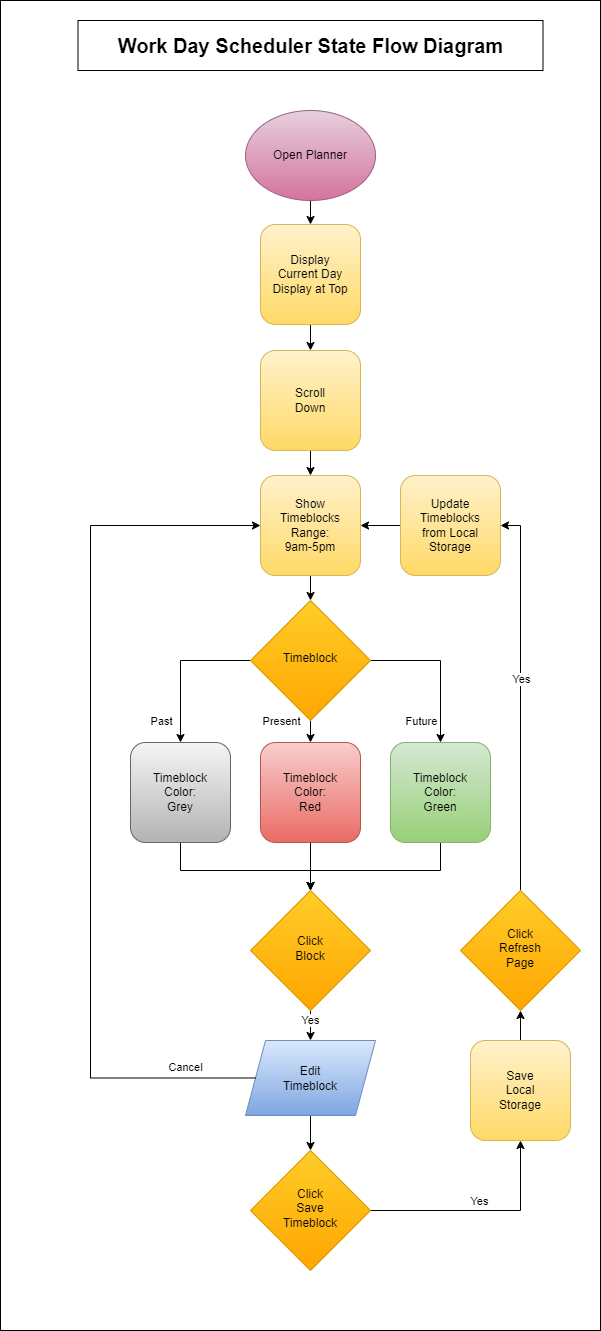
Before: assets/img/Weather Dashboard State Diagram v1.png, a diagram exported from draw.io (naturuplift/WeatherDashboard). Source tidied: cells renumbered, new cells last; positions are measured from the earlier drawing's top-left corner, leaving out a move shared by most shapes.
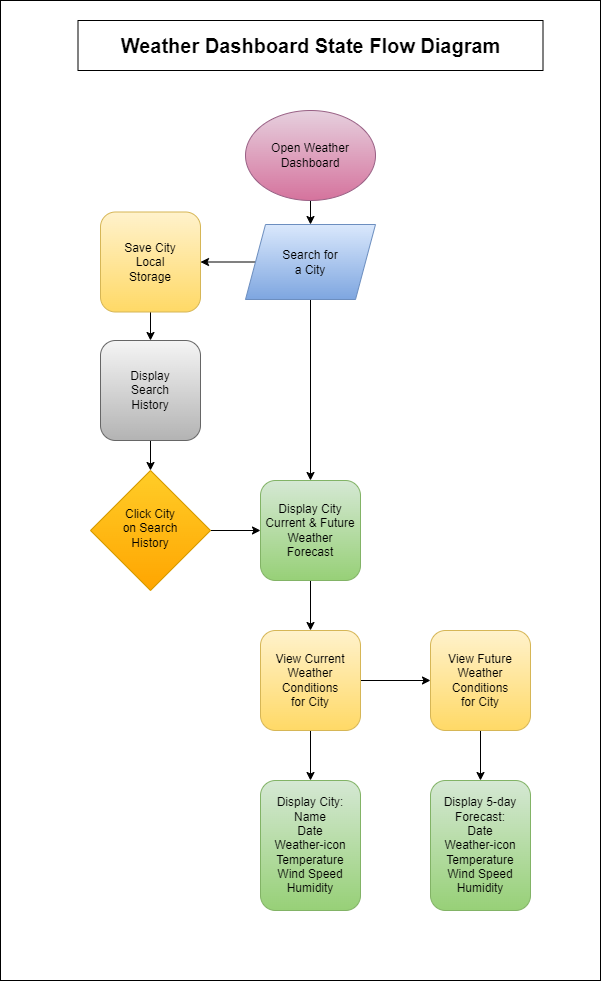
Above is the later version.

Commit message:
edit state flow diagram

What changed in the source:
```diff
@@ -3,149 +3,75 @@
     <mxCell id="0" />
     <mxCell id="1" parent="0" />
     <mxCell id="2" style="rounded=0;whiteSpace=wrap;html=1;" parent="1" vertex="1">
-      <mxGeometry width="600" height="1330" as="geometry" />
+      <mxGeometry width="600" height="980" as="geometry" />
     </mxCell>
-    <mxCell id="3" style="edgeStyle=orthogonalEdgeStyle;rounded=0;jettySize=auto;html=1;exitX=0.5;exitY=1;exitDx=0;exitDy=0;entryX=0.5;entryY=0;entryDx=0;entryDy=0;" parent="1" edge="1" source="21" target="20">
-      <mxGeometry relative="1" as="geometry" />
+    <mxCell id="3" style="edgeStyle=orthogonalEdgeStyle;rounded=0;jettySize=auto;html=1;exitX=0.5;exitY=1;exitDx=0;exitDy=0;entryX=0.5;entryY=0;entryDx=0;entryDy=0;" parent="1" edge="1" source="21">
+      <mxGeometry relative="1" as="geometry">
+        <mxPoint x="310" y="224" as="targetPoint" />
+      </mxGeometry>
     </mxCell>
-    <mxCell id="4" style="edgeStyle=orthogonalEdgeStyle;rounded=0;jettySize=auto;html=1;exitX=0;exitY=0.5;exitDx=0;exitDy=0;entryX=0.5;entryY=0;entryDx=0;entryDy=0;" parent="1" edge="1" source="10" target="25">
-      <mxGeometry relative="1" as="geometry" />
-    </mxCell>
-    <mxCell id="5" value="Past" style="edgeLabel;html=1;align=center;verticalAlign=middle;" parent="4" vertex="1">
-      <mxGeometry x="-0.01" y="2" relative="1" as="geometry">
-        <mxPoint x="-22" y="55" as="offset" />
-      </mxGeometry>
-    </mxCell>
-    <mxCell id="6" style="edgeStyle=orthogonalEdgeStyle;rounded=0;jettySize=auto;html=1;exitX=0.5;exitY=1;exitDx=0;exitDy=0;entryX=0.5;entryY=0;entryDx=0;entryDy=0;" parent="1" edge="1" source="10" target="27">
-      <mxGeometry relative="1" as="geometry" />
-    </mxCell>
-    <mxCell id="7" value="Present" style="edgeLabel;html=1;align=center;verticalAlign=middle;" parent="6" vertex="1">
-      <mxGeometry x="0.05" y="-1" relative="1" as="geometry">
-        <mxPoint x="-29" y="-12" as="offset" />
-      </mxGeometry>
-    </mxCell>
-    <mxCell id="8" style="edgeStyle=orthogonalEdgeStyle;rounded=0;jettySize=auto;html=1;exitX=1;exitY=0.5;exitDx=0;exitDy=0;entryX=0.5;entryY=0;entryDx=0;entryDy=0;" parent="1" edge="1" source="10" target="29">
-      <mxGeometry relative="1" as="geometry" />
-    </mxCell>
-    <mxCell id="9" value="Future" style="edgeLabel;html=1;align=center;verticalAlign=middle;" parent="8" vertex="1">
-      <mxGeometry x="-0.01" y="-1" relative="1" as="geometry">
-        <mxPoint x="-19" y="55" as="offset" />
-      </mxGeometry>
-    </mxCell>
-    <mxCell id="10" value="Timeblock" style="rhombus;whiteSpace=wrap;html=1;shadow=0;fontFamily=Helvetica;fontSize=12;align=center;strokeWidth=1;spacing=6;spacingTop=-4;fillColor=#ffcd28;strokeColor=#d79b00;gradientColor=#ffa500;" parent="1" vertex="1">
-      <mxGeometry x="250" y="600" width="120" height="120" as="geometry" />
-    </mxCell>
-    <mxCell id="11" style="edgeStyle=orthogonalEdgeStyle;rounded=0;jettySize=auto;html=1;exitX=0.5;exitY=1;exitDx=0;exitDy=0;entryX=0.5;entryY=0;entryDx=0;entryDy=0;" parent="1" edge="1" source="13" target="23">
-      <mxGeometry relative="1" as="geometry" />
-    </mxCell>
-    <mxCell id="12" value="Yes" style="edgeLabel;html=1;align=center;verticalAlign=middle;" parent="11" vertex="1">
-      <mxGeometry x="-0.4" y="-1" relative="1" as="geometry" />
-    </mxCell>
+    <mxCell id="42" style="edgeStyle=orthogonalEdgeStyle;rounded=0;jettySize=auto;html=1;exitX=1;exitY=0.5;exitDx=0;exitDy=0;entryX=0;entryY=0.5;entryDx=0;entryDy=0;" parent="1" edge="1" source="13" target="29">
+      <mxGeometry relative="1" as="geometry" />
+    </mxCell>
-    <mxCell id="13" value="Click&lt;br&gt;Block" style="rhombus;whiteSpace=wrap;html=1;shadow=0;fontFamily=Helvetica;fontSize=12;align=center;strokeWidth=1;spacing=6;spacingTop=-4;fillColor=#ffcd28;strokeColor=#d79b00;gradientColor=#ffa500;" parent="1" vertex="1">
-      <mxGeometry x="250" y="890" width="120" height="120" as="geometry" />
+    <mxCell id="13" value="Click City&lt;br style=&quot;border-color: var(--border-color);&quot;&gt;on Search&lt;br style=&quot;border-color: var(--border-color);&quot;&gt;History" style="rhombus;whiteSpace=wrap;html=1;shadow=0;fontFamily=Helvetica;fontSize=12;align=center;strokeWidth=1;spacing=6;spacingTop=-4;fillColor=#ffcd28;strokeColor=#d79b00;gradientColor=#ffa500;" parent="1" vertex="1">
+      <mxGeometry x="90" y="470" width="120" height="120" as="geometry" />
     </mxCell>
-    <mxCell id="14" style="edgeStyle=orthogonalEdgeStyle;rounded=0;jettySize=auto;html=1;exitX=0.5;exitY=1;exitDx=0;exitDy=0;entryX=0.5;entryY=0;entryDx=0;entryDy=0;" parent="1" edge="1" source="15" target="17">
-      <mxGeometry relative="1" as="geometry" />
-    </mxCell>
-    <mxCell id="15" value="Scroll&lt;br&gt;Down" style="rounded=1;whiteSpace=wrap;html=1;fontSize=12;glass=0;strokeWidth=1;shadow=0;fillColor=#fff2cc;strokeColor=#d6b656;gradientColor=#ffd966;" parent="1" vertex="1">
-      <mxGeometry x="260" y="350" width="100" height="100" as="geometry" />
-    </mxCell>
-    <mxCell id="16" style="edgeStyle=orthogonalEdgeStyle;rounded=0;jettySize=auto;html=1;exitX=0.5;exitY=1;exitDx=0;exitDy=0;entryX=0.5;entryY=0;entryDx=0;entryDy=0;" parent="1" edge="1" source="17" target="10">
-      <mxGeometry relative="1" as="geometry" />
-    </mxCell>
-    <mxCell id="17" value="Show&lt;br&gt;Timeblocks&lt;br&gt;Range:&lt;br&gt;9am-5pm" style="rounded=1;whiteSpace=wrap;html=1;fontSize=12;glass=0;strokeWidth=1;shadow=0;fillColor=#fff2cc;strokeColor=#d6b656;gradientColor=#ffd966;" parent="1" vertex="1">
-      <mxGeometry x="260" y="475" width="100" height="100" as="geometry" />
-    </mxCell>
-    <mxCell id="18" value="&lt;b&gt;&lt;font style=&quot;font-size: 20px;&quot;&gt;Work Day Scheduler State Flow Diagram&lt;/font&gt;&lt;/b&gt;" style="rounded=0;whiteSpace=wrap;html=1;" parent="1" vertex="1">
+    <mxCell id="18" value="&lt;b&gt;&lt;font style=&quot;font-size: 20px;&quot;&gt;Weather Dashboard State Flow Diagram&lt;/font&gt;&lt;/b&gt;" style="rounded=0;whiteSpace=wrap;html=1;" parent="1" vertex="1">
       <mxGeometry x="77.5" y="20" width="465" height="50" as="geometry" />
     </mxCell>
-    <mxCell id="19" style="edgeStyle=orthogonalEdgeStyle;rounded=0;jettySize=auto;html=1;exitX=0.5;exitY=1;exitDx=0;exitDy=0;entryX=0.5;entryY=0;entryDx=0;entryDy=0;" parent="1" edge="1" source="20" target="15">
-      <mxGeometry relative="1" as="geometry" />
-    </mxCell>
-    <mxCell id="20" value="Display&lt;br&gt;Current Day&lt;br&gt;Display at Top" style="rounded=1;whiteSpace=wrap;html=1;fontSize=12;glass=0;strokeWidth=1;shadow=0;fillColor=#fff2cc;strokeColor=#d6b656;gradientColor=#ffd966;" parent="1" vertex="1">
-      <mxGeometry x="260" y="224" width="100" height="100" as="geometry" />
-    </mxCell>
-    <mxCell id="21" value="Open Planner" style="ellipse;whiteSpace=wrap;html=1;fillColor=#e6d0de;strokeColor=#996185;gradientColor=#d5739d;" parent="1" vertex="1">
+    <mxCell id="21" value="Open Weather&lt;br&gt;Dashboard" style="ellipse;whiteSpace=wrap;html=1;fillColor=#e6d0de;strokeColor=#996185;gradientColor=#d5739d;" parent="1" vertex="1">
       <mxGeometry x="245" y="110" width="130" height="90" as="geometry" />
     </mxCell>
-    <mxCell id="22" style="edgeStyle=orthogonalEdgeStyle;rounded=0;jettySize=auto;html=1;exitX=0.5;exitY=1;exitDx=0;exitDy=0;entryX=0.5;entryY=0;entryDx=0;entryDy=0;" parent="1" edge="1" source="23" target="36">
-      <mxGeometry relative="1" as="geometry" />
-    </mxCell>
+    <mxCell id="43" style="edgeStyle=orthogonalEdgeStyle;rounded=0;jettySize=auto;html=1;exitX=0;exitY=0.5;exitDx=0;exitDy=0;entryX=1;entryY=0.5;entryDx=0;entryDy=0;" parent="1" edge="1" source="23" target="31">
+      <mxGeometry relative="1" as="geometry" />
+    </mxCell>
+    <mxCell id="44" style="edgeStyle=orthogonalEdgeStyle;rounded=0;jettySize=auto;html=1;exitX=0.5;exitY=1;exitDx=0;exitDy=0;entryX=0.5;entryY=0;entryDx=0;entryDy=0;" parent="1" edge="1" source="23" target="29">
+      <mxGeometry relative="1" as="geometry" />
+    </mxCell>
-    <mxCell id="23" value="Edit&lt;br&gt;Timeblock" style="shape=parallelogram;perimeter=parallelogramPerimeter;whiteSpace=wrap;html=1;fixedSize=1;fillColor=#dae8fc;strokeColor=#6c8ebf;gradientColor=#7ea6e0;" parent="1" vertex="1">
-      <mxGeometry x="245" y="1040" width="130" height="75" as="geometry" />
+    <mxCell id="23" value="Search for&lt;br&gt;a City" style="shape=parallelogram;perimeter=parallelogramPerimeter;whiteSpace=wrap;html=1;fixedSize=1;fillColor=#dae8fc;strokeColor=#6c8ebf;gradientColor=#7ea6e0;" parent="1" vertex="1">
+      <mxGeometry x="245" y="224" width="130" height="75" as="geometry" />
     </mxCell>
     <mxCell id="24" style="edgeStyle=orthogonalEdgeStyle;rounded=0;jettySize=auto;html=1;exitX=0.5;exitY=1;exitDx=0;exitDy=0;entryX=0.5;entryY=0;entryDx=0;entryDy=0;" parent="1" edge="1" source="25" target="13">
-      <mxGeometry relative="1" as="geometry">
-        <Array as="points">
-          <mxPoint x="180" y="870" />
-          <mxPoint x="310" y="870" />
-        </Array>
-      </mxGeometry>
+      <mxGeometry relative="1" as="geometry" />
     </mxCell>
-    <mxCell id="25" value="Timeblock&lt;br&gt;Color:&lt;br&gt;Grey" style="rounded=1;whiteSpace=wrap;html=1;fontSize=12;glass=0;strokeWidth=1;shadow=0;fillColor=#f5f5f5;strokeColor=#666666;gradientColor=#b3b3b3;" parent="1" vertex="1">
-      <mxGeometry x="130" y="742" width="100" height="100" as="geometry" />
+    <mxCell id="25" value="Display&lt;br&gt;Search&lt;br&gt;History" style="rounded=1;whiteSpace=wrap;html=1;fontSize=12;glass=0;strokeWidth=1;shadow=0;fillColor=#f5f5f5;strokeColor=#666666;gradientColor=#b3b3b3;" parent="1" vertex="1">
+      <mxGeometry x="100" y="340" width="100" height="100" as="geometry" />
     </mxCell>
-    <mxCell id="26" style="edgeStyle=orthogonalEdgeStyle;rounded=0;jettySize=auto;html=1;exitX=0.5;exitY=1;exitDx=0;exitDy=0;entryX=0.5;entryY=0;entryDx=0;entryDy=0;" parent="1" edge="1" source="27" target="13">
-      <mxGeometry relative="1" as="geometry" />
-    </mxCell>
-    <mxCell id="27" value="Timeblock&lt;br&gt;Color:&lt;br&gt;Red" style="rounded=1;whiteSpace=wrap;html=1;fontSize=12;glass=0;strokeWidth=1;shadow=0;fillColor=#f8cecc;strokeColor=#b85450;gradientColor=#ea6b66;" parent="1" vertex="1">
-      <mxGeometry x="260" y="742" width="100" height="100" as="geometry" />
-    </mxCell>
-    <mxCell id="28" style="edgeStyle=orthogonalEdgeStyle;rounded=0;jettySize=auto;html=1;exitX=0.5;exitY=1;exitDx=0;exitDy=0;entryX=0.5;entryY=0;entryDx=0;entryDy=0;" parent="1" edge="1" source="29" target="13">
-      <mxGeometry relative="1" as="geometry">
-        <Array as="points">
-          <mxPoint x="440" y="870" />
-          <mxPoint x="310" y="870" />
-        </Array>
-      </mxGeometry>
-    </mxCell>
+    <mxCell id="45" style="edgeStyle=orthogonalEdgeStyle;rounded=0;jettySize=auto;html=1;exitX=0.5;exitY=1;exitDx=0;exitDy=0;" parent="1" edge="1" source="29" target="51">
+      <mxGeometry relative="1" as="geometry" />
+    </mxCell>
-    <mxCell id="29" value="Timeblock&lt;br&gt;Color:&lt;br&gt;Green" style="rounded=1;whiteSpace=wrap;html=1;fontSize=12;glass=0;strokeWidth=1;shadow=0;fillColor=#d5e8d4;strokeColor=#82b366;gradientColor=#97d077;" parent="1" vertex="1">
-      <mxGeometry x="390" y="742" width="100" height="100" as="geometry" />
+    <mxCell id="29" value="Display City&lt;br&gt;Current &amp;amp; Future&lt;br&gt;Weather&lt;br&gt;Forecast" style="rounded=1;whiteSpace=wrap;html=1;fontSize=12;glass=0;strokeWidth=1;shadow=0;fillColor=#d5e8d4;strokeColor=#82b366;gradientColor=#97d077;" parent="1" vertex="1">
+      <mxGeometry x="260" y="480" width="100" height="100" as="geometry" />
     </mxCell>
-    <mxCell id="30" style="edgeStyle=orthogonalEdgeStyle;rounded=0;jettySize=auto;html=1;exitX=0.5;exitY=0;exitDx=0;exitDy=0;entryX=0.5;entryY=1;entryDx=0;entryDy=0;" parent="1" edge="1" source="31" target="41">
-      <mxGeometry relative="1" as="geometry" />
-    </mxCell>
+    <mxCell id="46" style="edgeStyle=orthogonalEdgeStyle;rounded=0;jettySize=auto;html=1;exitX=0.5;exitY=1;exitDx=0;exitDy=0;entryX=0.5;entryY=0;entryDx=0;entryDy=0;" parent="1" edge="1" source="31" target="25">
+      <mxGeometry relative="1" as="geometry" />
+    </mxCell>
-    <mxCell id="31" value="Save&lt;br&gt;Local&lt;br&gt;Storage" style="rounded=1;whiteSpace=wrap;html=1;fontSize=12;glass=0;strokeWidth=1;shadow=0;fillColor=#fff2cc;strokeColor=#d6b656;gradientColor=#ffd966;" parent="1" vertex="1">
-      <mxGeometry x="470" y="1040" width="100" height="100" as="geometry" />
+    <mxCell id="31" value="Save City&lt;br&gt;Local&lt;br&gt;Storage" style="rounded=1;whiteSpace=wrap;html=1;fontSize=12;glass=0;strokeWidth=1;shadow=0;fillColor=#fff2cc;strokeColor=#d6b656;gradientColor=#ffd966;" parent="1" vertex="1">
+      <mxGeometry x="100" y="211.5" width="100" height="100" as="geometry" />
     </mxCell>
-    <mxCell id="32" style="edgeStyle=orthogonalEdgeStyle;rounded=0;jettySize=auto;html=1;exitX=0;exitY=0.5;exitDx=0;exitDy=0;entryX=0;entryY=0.5;entryDx=0;entryDy=0;" parent="1" edge="1" source="23" target="17">
-      <mxGeometry relative="1" as="geometry">
-        <Array as="points">
-          <mxPoint x="90" y="1078" />
-          <mxPoint x="90" y="525" />
-        </Array>
-      </mxGeometry>
-    </mxCell>
-    <mxCell id="33" value="Cancel" style="edgeLabel;html=1;align=center;verticalAlign=middle;" parent="32" vertex="1">
-      <mxGeometry x="-0.84" y="2" relative="1" as="geometry">
-        <mxPoint x="2" y="-13" as="offset" />
-      </mxGeometry>
-    </mxCell>
-    <mxCell id="34" style="edgeStyle=orthogonalEdgeStyle;rounded=0;jettySize=auto;html=1;exitX=1;exitY=0.5;exitDx=0;exitDy=0;entryX=0.5;entryY=1;entryDx=0;entryDy=0;" parent="1" edge="1" source="36" target="31">
-      <mxGeometry relative="1" as="geometry" />
-    </mxCell>
-    <mxCell id="35" value="Yes" style="edgeLabel;html=1;align=center;verticalAlign=middle;" parent="34" vertex="1">
-      <mxGeometry x="0.04" y="-1" relative="1" as="geometry">
-        <mxPoint x="-6" y="-11" as="offset" />
-      </mxGeometry>
-    </mxCell>
-    <mxCell id="36" value="Click&lt;br&gt;Save&lt;br&gt;Timeblock" style="rhombus;whiteSpace=wrap;html=1;shadow=0;fontFamily=Helvetica;fontSize=12;align=center;strokeWidth=1;spacing=6;spacingTop=-4;fillColor=#ffcd28;strokeColor=#d79b00;gradientColor=#ffa500;" parent="1" vertex="1">
-      <mxGeometry x="250" y="1150" width="120" height="120" as="geometry" />
-    </mxCell>
-    <mxCell id="37" style="edgeStyle=orthogonalEdgeStyle;rounded=0;jettySize=auto;html=1;exitX=0;exitY=0.5;exitDx=0;exitDy=0;entryX=1;entryY=0.5;entryDx=0;entryDy=0;" parent="1" edge="1" source="38" target="17">
-      <mxGeometry relative="1" as="geometry" />
-    </mxCell>
-    <mxCell id="38" value="Update&lt;br&gt;Timeblocks&lt;br&gt;from Local&lt;br&gt;Storage" style="rounded=1;whiteSpace=wrap;html=1;fontSize=12;glass=0;strokeWidth=1;shadow=0;fillColor=#fff2cc;strokeColor=#d6b656;gradientColor=#ffd966;" parent="1" vertex="1">
-      <mxGeometry x="400" y="475" width="100" height="100" as="geometry" />
-    </mxCell>
-    <mxCell id="39" style="edgeStyle=orthogonalEdgeStyle;rounded=0;jettySize=auto;html=1;exitX=0.5;exitY=0;exitDx=0;exitDy=0;entryX=1;entryY=0.5;entryDx=0;entryDy=0;" parent="1" edge="1" source="41" target="38">
-      <mxGeometry relative="1" as="geometry" />
-    </mxCell>
-    <mxCell id="40" value="Yes" style="edgeLabel;html=1;align=center;verticalAlign=middle;" parent="39" vertex="1">
-      <mxGeometry x="0.1" relative="1" as="geometry" />
-    </mxCell>
-    <mxCell id="41" value="Click&lt;br&gt;Refresh&lt;br&gt;Page" style="rhombus;whiteSpace=wrap;html=1;shadow=0;fontFamily=Helvetica;fontSize=12;align=center;strokeWidth=1;spacing=6;spacingTop=-4;fillColor=#ffcd28;strokeColor=#d79b00;gradientColor=#ffa500;" parent="1" vertex="1">
-      <mxGeometry x="460" y="890" width="120" height="120" as="geometry" />
-    </mxCell>
+    <mxCell id="47" value="Display City: Name&lt;br style=&quot;border-color: var(--border-color);&quot;&gt;Date&lt;br style=&quot;border-color: var(--border-color);&quot;&gt;Weather-icon&lt;br style=&quot;border-color: var(--border-color);&quot;&gt;Temperature&lt;br style=&quot;border-color: var(--border-color);&quot;&gt;Wind Speed&lt;br style=&quot;border-color: var(--border-color);&quot;&gt;Humidity" style="rounded=1;whiteSpace=wrap;html=1;fontSize=12;glass=0;strokeWidth=1;shadow=0;fillColor=#d5e8d4;strokeColor=#82b366;gradientColor=#97d077;" parent="1" vertex="1">
+      <mxGeometry x="260" y="780" width="100" height="130" as="geometry" />
+    </mxCell>
+    <mxCell id="48" value="Display 5-day&lt;br&gt;Forecast:&lt;br&gt;Date&lt;br&gt;Weather-icon&lt;br&gt;Temperature&lt;br&gt;Wind Speed&lt;br&gt;Humidity" style="rounded=1;whiteSpace=wrap;html=1;fontSize=12;glass=0;strokeWidth=1;shadow=0;fillColor=#d5e8d4;strokeColor=#82b366;gradientColor=#97d077;" parent="1" vertex="1">
+      <mxGeometry x="430" y="780" width="100" height="130" as="geometry" />
+    </mxCell>
+    <mxCell id="49" style="edgeStyle=orthogonalEdgeStyle;rounded=0;jettySize=auto;html=1;exitX=0.5;exitY=1;exitDx=0;exitDy=0;entryX=0.5;entryY=0;entryDx=0;entryDy=0;" parent="1" edge="1" source="51" target="47">
+      <mxGeometry relative="1" as="geometry" />
+    </mxCell>
+    <mxCell id="50" style="edgeStyle=orthogonalEdgeStyle;rounded=0;jettySize=auto;html=1;exitX=1;exitY=0.5;exitDx=0;exitDy=0;" parent="1" edge="1" source="51" target="53">
+      <mxGeometry relative="1" as="geometry" />
+    </mxCell>
+    <mxCell id="51" value="View Current&lt;br&gt;Weather&lt;br&gt;Conditions&lt;br&gt;for City" style="rounded=1;whiteSpace=wrap;html=1;fontSize=12;glass=0;strokeWidth=1;shadow=0;fillColor=#fff2cc;strokeColor=#d6b656;gradientColor=#ffd966;" parent="1" vertex="1">
+      <mxGeometry x="260" y="630" width="100" height="100" as="geometry" />
+    </mxCell>
+    <mxCell id="52" style="edgeStyle=orthogonalEdgeStyle;rounded=0;jettySize=auto;html=1;exitX=0.5;exitY=1;exitDx=0;exitDy=0;entryX=0.5;entryY=0;entryDx=0;entryDy=0;" parent="1" edge="1" source="53" target="48">
+      <mxGeometry relative="1" as="geometry" />
+    </mxCell>
+    <mxCell id="53" value="View Future&lt;br style=&quot;border-color: var(--border-color);&quot;&gt;Weather&lt;br style=&quot;border-color: var(--border-color);&quot;&gt;Conditions&lt;br style=&quot;border-color: var(--border-color);&quot;&gt;for City" style="rounded=1;whiteSpace=wrap;html=1;fontSize=12;glass=0;strokeWidth=1;shadow=0;fillColor=#fff2cc;strokeColor=#d6b656;gradientColor=#ffd966;" parent="1" vertex="1">
+      <mxGeometry x="430" y="630" width="100" height="100" as="geometry" />
+    </mxCell>
+    <mxCell id="54" style="edgeStyle=orthogonalEdgeStyle;rounded=0;orthogonalLoop=1;jettySize=auto;html=1;exitX=0.5;exitY=1;exitDx=0;exitDy=0;" parent="1" edge="1" source="2" target="2">
+      <mxGeometry relative="1" as="geometry" />
+    </mxCell>
   </root>
 </mxGraphModel>
```
